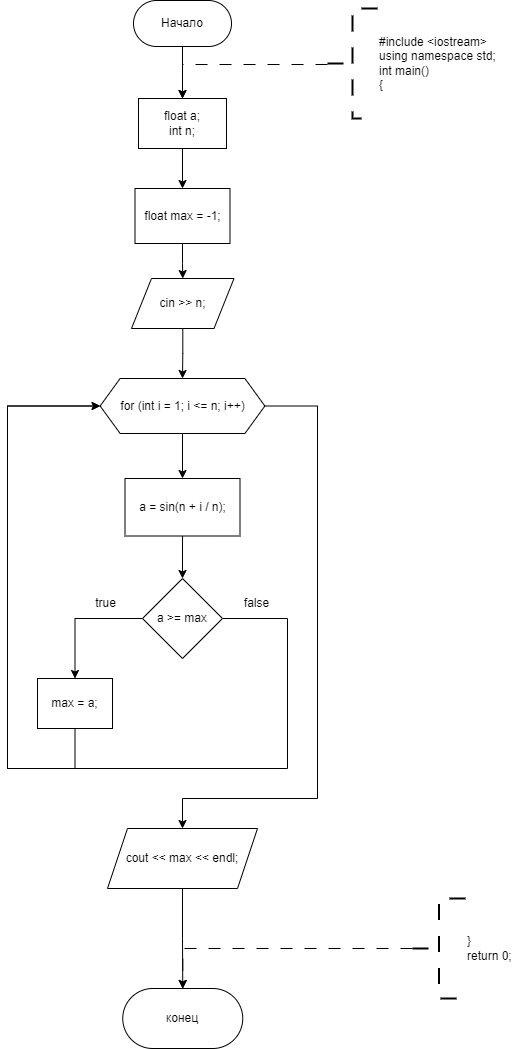
This is SEM_1/2_22/2_22.drawio.png from Yagirsk/Labs_PSTU_2023, a draw.io export, as it was before one commit. Source tidied: cells renumbered, new cells last; positions are measured from the earlier drawing's top-left corner, leaving out a move shared by most shapes.
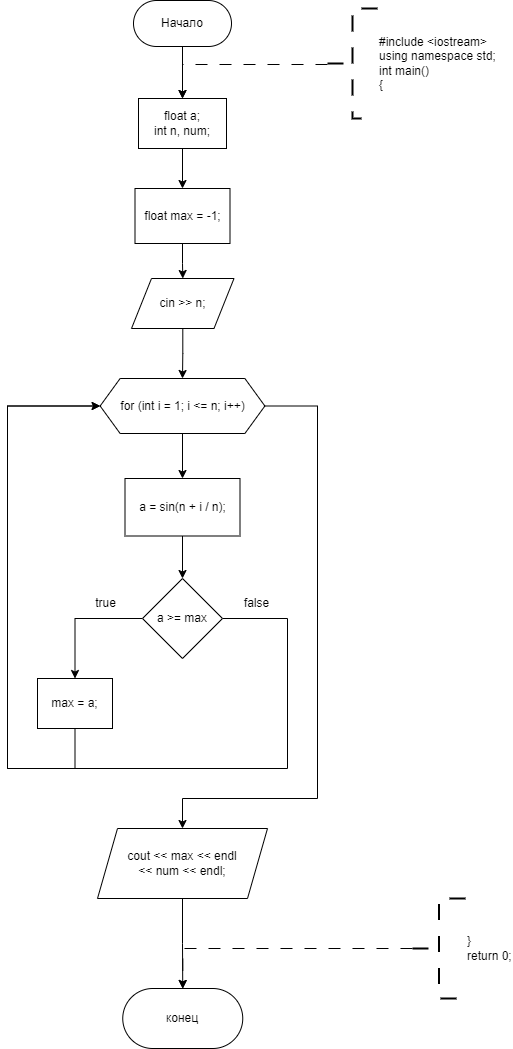
After the change.

What changed in the source:
```diff
@@ -11,7 +11,7 @@
     <mxCell id="4" style="edgeStyle=orthogonalEdgeStyle;rounded=0;jettySize=auto;html=1;" parent="1" edge="1" source="5" target="9">
       <mxGeometry relative="1" as="geometry" />
     </mxCell>
-    <mxCell id="5" value="&lt;div&gt;float a;&lt;/div&gt;&lt;div&gt;int n;&lt;/div&gt;" style="rounded=0;whiteSpace=wrap;html=1;" parent="1" vertex="1">
+    <mxCell id="5" value="&lt;div&gt;float a;&lt;/div&gt;&lt;div&gt;int n, num;&lt;/div&gt;" style="rounded=0;whiteSpace=wrap;html=1;" parent="1" vertex="1">
       <mxGeometry x="131" y="98" width="88" height="50" as="geometry" />
     </mxCell>
     <mxCell id="6" style="edgeStyle=orthogonalEdgeStyle;rounded=0;jettySize=auto;html=1;dashed=1;dashPattern=12 12;entryX=0.5;entryY=0;entryDx=0;entryDy=0;" parent="1" edge="1" source="7" target="5">
@@ -92,8 +92,8 @@
     <mxCell id="23" style="edgeStyle=orthogonalEdgeStyle;rounded=0;jettySize=auto;html=1;exitX=0.5;exitY=1;exitDx=0;exitDy=0;entryX=0.5;entryY=0;entryDx=0;entryDy=0;" parent="1" edge="1" source="24" target="26">
       <mxGeometry relative="1" as="geometry" />
     </mxCell>
-    <mxCell id="24" value="cout &amp;lt;&amp;lt; max &amp;lt;&amp;lt; endl;" style="shape=parallelogram;perimeter=parallelogramPerimeter;whiteSpace=wrap;html=1;fixedSize=1;" parent="1" vertex="1">
-      <mxGeometry x="100" y="828" width="150" height="60" as="geometry" />
+    <mxCell id="24" value="cout &amp;lt;&amp;lt; max &amp;lt;&amp;lt; endl &lt;br&gt;&amp;lt;&amp;lt; num &amp;lt;&amp;lt; endl;" style="shape=parallelogram;perimeter=parallelogramPerimeter;whiteSpace=wrap;html=1;fixedSize=1;" parent="1" vertex="1">
+      <mxGeometry x="90" y="828" width="170" height="70" as="geometry" />
     </mxCell>
     <mxCell id="25" value="false" style="text;html=1;align=center;verticalAlign=middle;strokeColor=none;fillColor=none;" parent="1" vertex="1">
       <mxGeometry x="224" y="588" width="50" height="30" as="geometry" />
```
